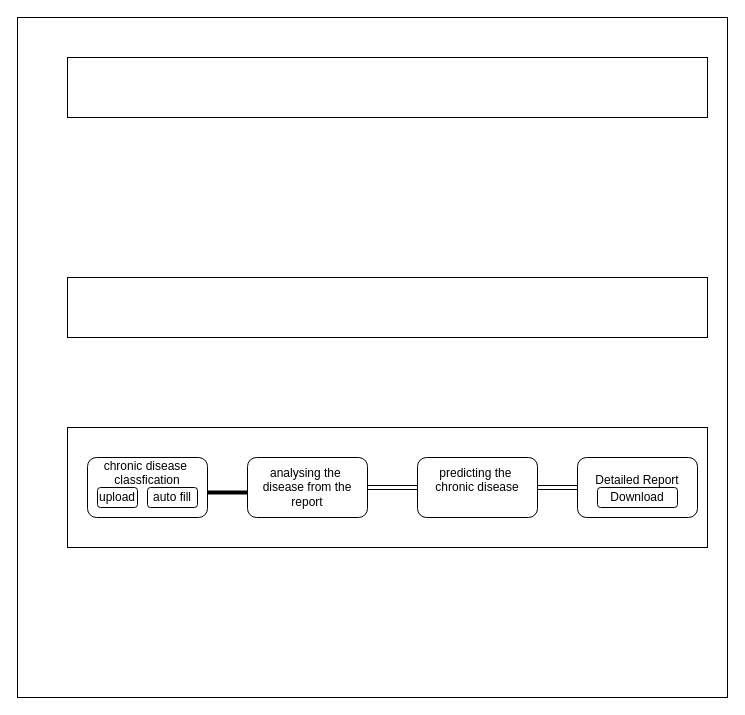
ankitmandal24/mini_prroject keeps this draw.io diagram as Untitled Diam.drawio. Above is the earlier version. Source tidied: cells renumbered, new cells numbered last; positions are measured from the earlier drawing's top-left corner, leaving out a move shared by most shapes. Both pictures are drawn from the tidied source at 100%, with x=0, y=0 at pixel (17, 17).
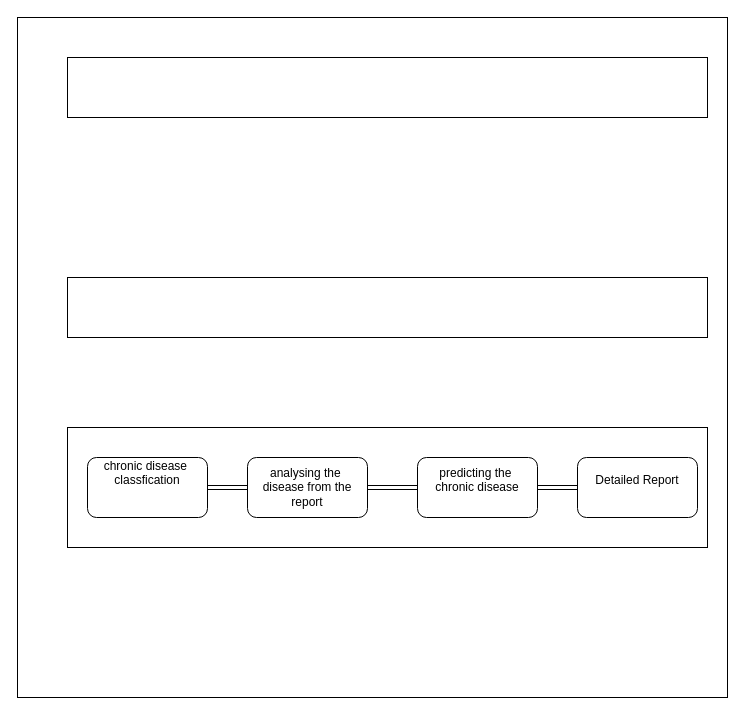
Above is the later version.

The edit, as a diff of the source:
```diff
@@
 <mxGraphModel>
   <root>
     <mxCell id="0" />
     <mxCell id="1" parent="0" />
     <mxCell id="2" style="rounded=0;whiteSpace=wrap;html=1;" parent="1" vertex="1">
       <mxGeometry width="710" height="680" as="geometry" />
     </mxCell>
     <mxCell id="3" style="rounded=0;whiteSpace=wrap;html=1;" parent="1" vertex="1">
       <mxGeometry x="50" y="40" width="640" height="60" as="geometry" />
     </mxCell>
     <mxCell id="4" style="rounded=0;whiteSpace=wrap;html=1;" parent="1" vertex="1">
       <mxGeometry x="50" y="260" width="640" height="60" as="geometry" />
     </mxCell>
     <mxCell id="5" style="rounded=0;whiteSpace=wrap;html=1;" parent="1" vertex="1">
       <mxGeometry x="50" y="410" width="640" height="120" as="geometry" />
     </mxCell>
     <mxCell id="6" value="chronic disease&amp;nbsp;&lt;div&gt;classfication&lt;/div&gt;&lt;div&gt;&lt;br&gt;&lt;/div&gt;&lt;div&gt;&lt;br&gt;&lt;/div&gt;" style="rounded=1;whiteSpace=wrap;html=1;" parent="1" vertex="1">
       <mxGeometry x="70" y="440" width="120" height="60" as="geometry" />
     </mxCell>
-    <mxCell id="7" value="upload" style="rounded=1;whiteSpace=wrap;html=1;" parent="1" vertex="1">
-      <mxGeometry x="80" y="470" width="40" height="20" as="geometry" />
-    </mxCell>
-    <mxCell id="8" value="auto fill" style="rounded=1;whiteSpace=wrap;html=1;" parent="1" vertex="1">
-      <mxGeometry x="130" y="470" width="50" height="20" as="geometry" />
-    </mxCell>
-    <mxCell id="9" style="line;strokeWidth=4;html=1;perimeter=backbonePerimeter;" parent="1" vertex="1">
-      <mxGeometry x="190" y="470" width="40" height="10" as="geometry" />
-    </mxCell>
     <mxCell id="10" value="analysing the&amp;nbsp;&lt;div&gt;disease from the report&lt;/div&gt;" style="rounded=1;whiteSpace=wrap;html=1;" parent="1" vertex="1">
       <mxGeometry x="230" y="440" width="120" height="60" as="geometry" />
     </mxCell>
     <mxCell id="11" style="shape=link;html=1;rounded=0;" parent="1" edge="1">
       <mxGeometry relative="1" as="geometry">
         <mxPoint x="350" y="470" as="sourcePoint" />
         <mxPoint x="410" y="470" as="targetPoint" />
       </mxGeometry>
     </mxCell>
     <mxCell id="12" value="predicting the&amp;nbsp;&lt;div&gt;chronic disease&lt;/div&gt;&lt;div&gt;&lt;br&gt;&lt;/div&gt;" style="rounded=1;whiteSpace=wrap;html=1;" parent="1" vertex="1">
       <mxGeometry x="400" y="440" width="120" height="60" as="geometry" />
     </mxCell>
     <mxCell id="13" style="shape=link;html=1;rounded=0;" parent="1" edge="1" target="14">
       <mxGeometry relative="1" as="geometry">
         <mxPoint x="520" y="470" as="sourcePoint" />
       </mxGeometry>
     </mxCell>
     <mxCell id="14" value="Detailed Report&lt;div&gt;&lt;br&gt;&lt;/div&gt;" style="rounded=1;whiteSpace=wrap;html=1;" parent="1" vertex="1">
       <mxGeometry x="560" y="440" width="120" height="60" as="geometry" />
     </mxCell>
-    <mxCell id="15" value="Download" style="rounded=1;whiteSpace=wrap;html=1;" parent="1" vertex="1">
-      <mxGeometry x="580" y="470" width="80" height="20" as="geometry" />
-    </mxCell>
+    <mxCell id="16" style="shape=link;html=1;rounded=0;" parent="1" edge="1">
+      <mxGeometry relative="1" as="geometry">
+        <mxPoint x="190" y="470" as="sourcePoint" />
+        <mxPoint x="230" y="470" as="targetPoint" />
+      </mxGeometry>
+    </mxCell>
   </root>
 </mxGraphModel>
```
